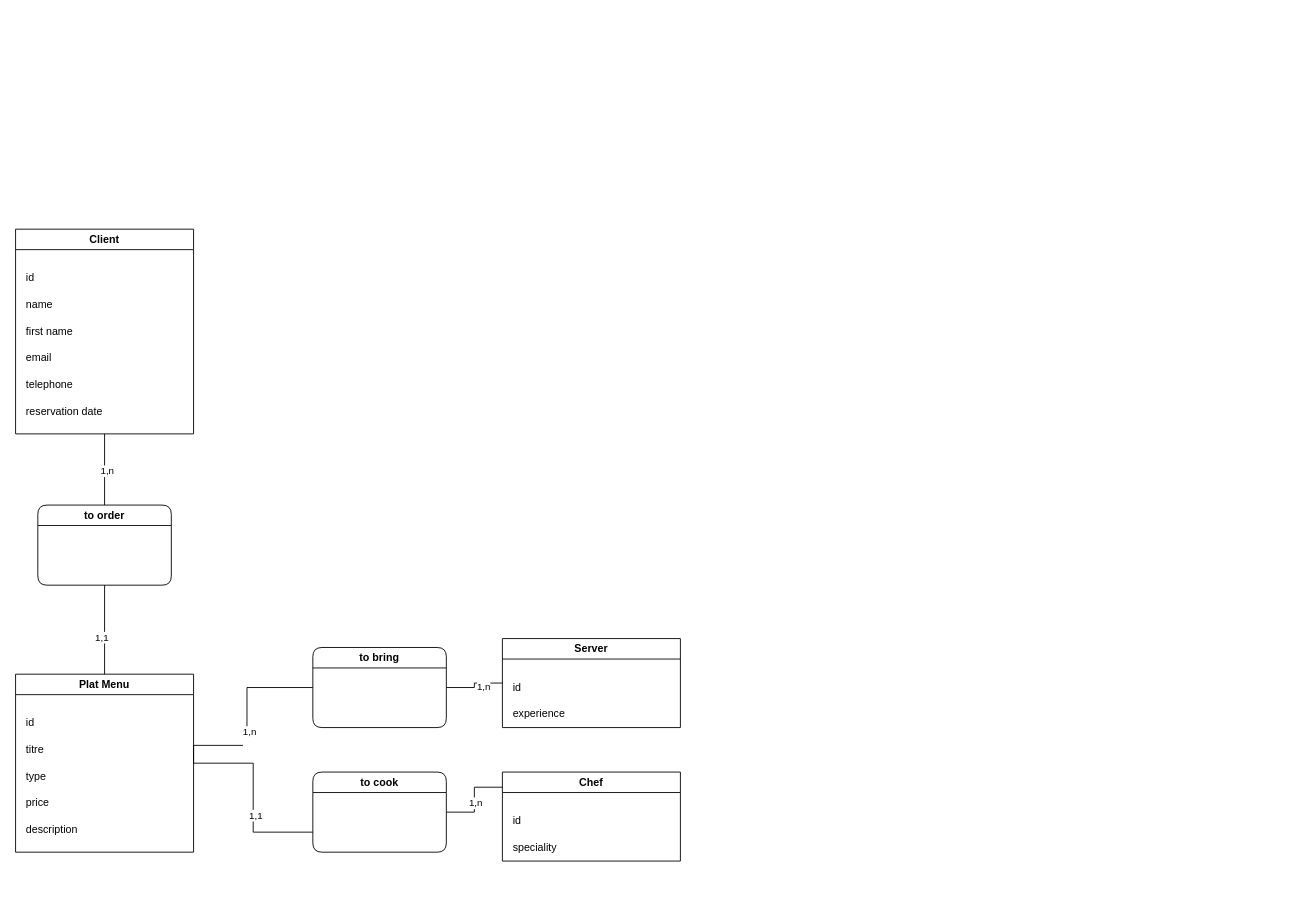
The draw.io diagram test.drawio in Aloeverras/mcd_destock, before the edit. Source tidied: cells renumbered, new cells numbered last; positions are measured from the earlier drawing's top-left corner, leaving out a move shared by most shapes. Both pictures are drawn from the tidied source at 89%, with x=0, y=0 at pixel (15, 229).
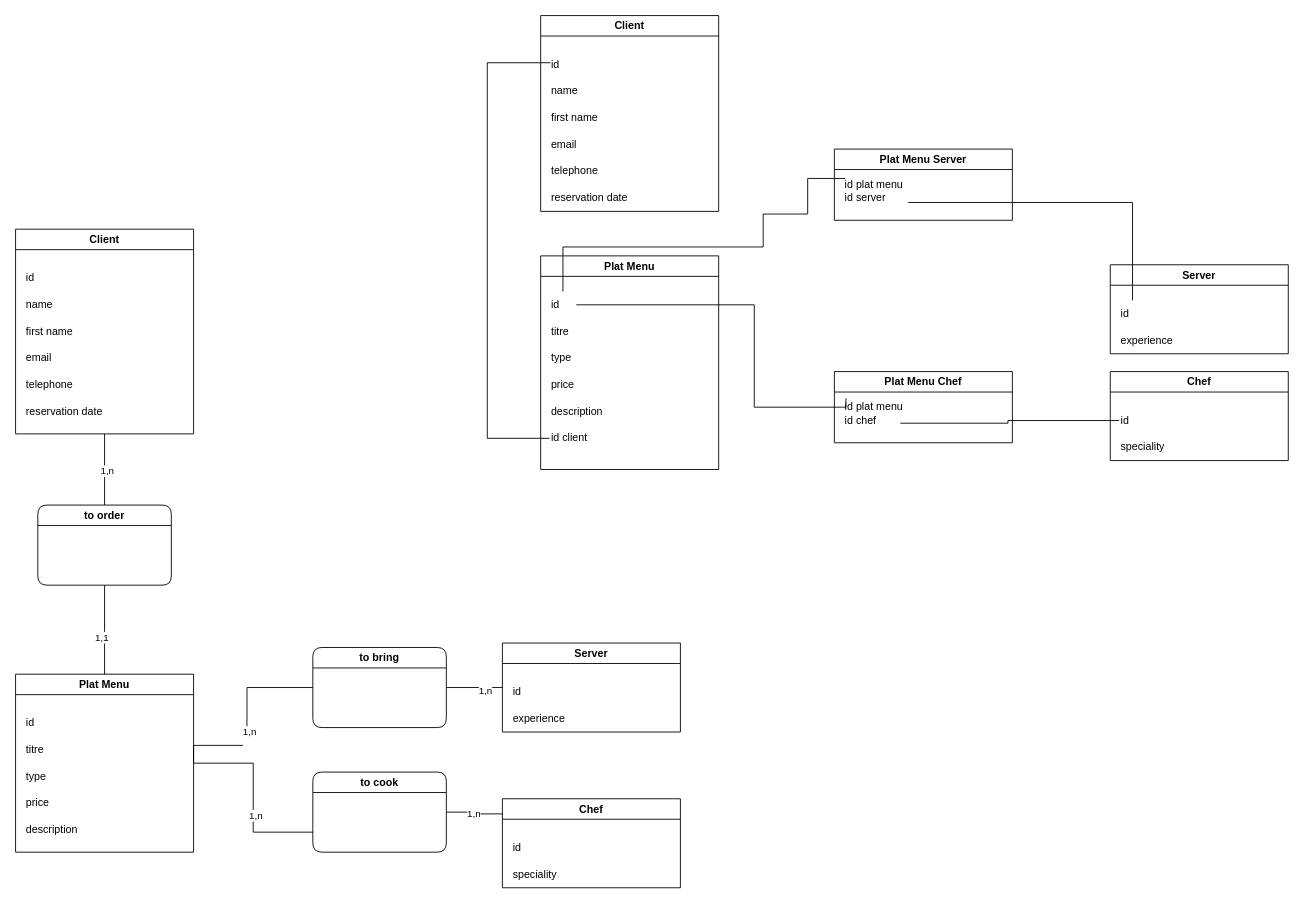
The same page after the edit.

Commit message:
Mettre à jour test.drawio

Unchanged cells that the change refers to:
```xml
<mxCell id="2" style="edgeStyle=orthogonalEdgeStyle;rounded=0;jettySize=auto;html=1;entryX=0;entryY=0.75;entryDx=0;entryDy=0;endArrow=none;startFill=0;" parent="1" edge="1" source="4" target="29">
  <mxGeometry relative="1" as="geometry" />
</mxCell>
```

Diff of the diagram source:
```diff
@@
-    <mxCell id="3" value="1,1" style="edgeLabel;html=1;align=center;verticalAlign=middle;" parent="2" vertex="1">
+    <mxCell id="3" value="1,n" style="edgeLabel;html=1;align=center;verticalAlign=middle;" parent="2" vertex="1">
       <mxGeometry x="0.18" y="2" relative="1" as="geometry" />
     </mxCell>
@@
     <mxCell id="30" value="Chef" style="swimlane;whiteSpace=wrap;html=1;" parent="1" vertex="1">
-      <mxGeometry x="547" y="610" width="200" height="100" as="geometry" />
+      <mxGeometry x="547" y="640" width="200" height="100" as="geometry" />
     </mxCell>
@@
     <mxCell id="33" value="Server" style="swimlane;whiteSpace=wrap;html=1;" parent="1" vertex="1">
-      <mxGeometry x="547" y="460" width="200" height="100" as="geometry" />
+      <mxGeometry x="547" y="465" width="200" height="100" as="geometry" />
     </mxCell>
@@
+    <mxCell id="36" value="Client" style="swimlane;whiteSpace=wrap;html=1;" parent="1" vertex="1">
+      <mxGeometry x="590" y="-240" width="200" height="220" as="geometry" />
+    </mxCell>
+    <mxCell id="37" value="id" style="text;html=1;align=left;verticalAlign=middle;points=[];strokeColor=none;fillColor=none;" parent="36" vertex="1">
+      <mxGeometry x="10" y="40" width="30" height="30" as="geometry" />
+    </mxCell>
+    <mxCell id="38" value="name" style="text;html=1;align=left;verticalAlign=middle;strokeColor=none;fillColor=none;" parent="36" vertex="1">
+      <mxGeometry x="10" y="70" width="50" height="30" as="geometry" />
+    </mxCell>
+    <mxCell id="39" value="email" style="text;html=1;align=left;verticalAlign=middle;strokeColor=none;fillColor=none;" parent="36" vertex="1">
+      <mxGeometry x="10" y="130" width="50" height="30" as="geometry" />
+    </mxCell>
+    <mxCell id="40" value="telephone" style="text;html=1;align=left;verticalAlign=middle;strokeColor=none;fillColor=none;" parent="36" vertex="1">
+      <mxGeometry x="10" y="160" width="80" height="30" as="geometry" />
+    </mxCell>
+    <mxCell id="41" value="first name" style="text;html=1;align=left;verticalAlign=middle;strokeColor=none;fillColor=none;" parent="36" vertex="1">
+      <mxGeometry x="10" y="100" width="80" height="30" as="geometry" />
+    </mxCell>
+    <mxCell id="42" value="reservation date" style="text;html=1;align=left;verticalAlign=middle;strokeColor=none;fillColor=none;" parent="36" vertex="1">
+      <mxGeometry x="10" y="190" width="110" height="30" as="geometry" />
+    </mxCell>
+    <mxCell id="43" value="Plat Menu" style="swimlane;whiteSpace=wrap;html=1;" parent="1" vertex="1">
+      <mxGeometry x="590" y="30" width="200" height="240" as="geometry" />
+    </mxCell>
+    <mxCell id="44" value="id" style="text;html=1;align=left;verticalAlign=middle;points=[];strokeColor=none;fillColor=none;" parent="43" vertex="1">
+      <mxGeometry x="10" y="40" width="30" height="30" as="geometry" />
+    </mxCell>
+    <mxCell id="45" value="titre" style="text;html=1;align=left;verticalAlign=middle;strokeColor=none;fillColor=none;" parent="43" vertex="1">
+      <mxGeometry x="10" y="70" width="40" height="30" as="geometry" />
+    </mxCell>
+    <mxCell id="46" value="price" style="text;html=1;align=left;verticalAlign=middle;strokeColor=none;fillColor=none;" parent="43" vertex="1">
+      <mxGeometry x="10" y="130" width="50" height="30" as="geometry" />
+    </mxCell>
+    <mxCell id="47" value="type" style="text;html=1;align=left;verticalAlign=middle;strokeColor=none;fillColor=none;" parent="43" vertex="1">
+      <mxGeometry x="10" y="100" width="50" height="30" as="geometry" />
+    </mxCell>
+    <mxCell id="48" value="description" style="text;html=1;align=left;verticalAlign=middle;strokeColor=none;fillColor=none;" parent="43" vertex="1">
+      <mxGeometry x="10" y="160" width="80" height="30" as="geometry" />
+    </mxCell>
+    <mxCell id="49" value="id client" style="text;html=1;align=left;verticalAlign=middle;points=[];strokeColor=none;fillColor=none;" parent="43" vertex="1">
+      <mxGeometry x="10" y="190" width="60" height="30" as="geometry" />
+    </mxCell>
+    <mxCell id="50" style="edgeStyle=orthogonalEdgeStyle;rounded=0;jettySize=auto;html=1;entryX=0.033;entryY=0.433;entryDx=0;entryDy=0;entryPerimeter=0;endArrow=none;startFill=0;" parent="1" edge="1" source="49" target="37">
+      <mxGeometry relative="1" as="geometry">
+        <Array as="points">
+          <mxPoint x="530" y="235" />
+          <mxPoint x="530" y="-187" />
+        </Array>
+      </mxGeometry>
+    </mxCell>
+    <mxCell id="51" value="Plat Menu Server" style="swimlane;whiteSpace=wrap;html=1;" parent="1" vertex="1">
+      <mxGeometry x="920" y="-90" width="200" height="80" as="geometry" />
+    </mxCell>
+    <mxCell id="52" value="id plat menu" style="text;html=1;align=left;verticalAlign=middle;points=[];strokeColor=none;fillColor=none;" parent="51" vertex="1">
+      <mxGeometry x="10" y="25" width="90" height="30" as="geometry" />
+    </mxCell>
+    <mxCell id="53" value="id server" style="text;html=1;align=left;verticalAlign=middle;points=[];strokeColor=none;fillColor=none;" parent="51" vertex="1">
+      <mxGeometry x="10" y="40" width="70" height="30" as="geometry" />
+    </mxCell>
+    <mxCell id="54" value="Plat Menu Chef" style="swimlane;whiteSpace=wrap;html=1;" parent="1" vertex="1">
+      <mxGeometry x="920" y="160" width="200" height="80" as="geometry" />
+    </mxCell>
+    <mxCell id="55" value="id plat menu" style="text;html=1;align=left;verticalAlign=middle;points=[];strokeColor=none;fillColor=none;" parent="54" vertex="1">
+      <mxGeometry x="10" y="25" width="90" height="30" as="geometry" />
+    </mxCell>
+    <mxCell id="56" value="id chef" style="text;html=1;align=left;verticalAlign=middle;points=[];strokeColor=none;fillColor=none;" parent="54" vertex="1">
+      <mxGeometry x="10" y="40" width="60" height="30" as="geometry" />
+    </mxCell>
+    <mxCell id="57" value="Chef" style="swimlane;whiteSpace=wrap;html=1;" parent="1" vertex="1">
+      <mxGeometry x="1230" y="160" width="200" height="100" as="geometry" />
+    </mxCell>
+    <mxCell id="58" value="id" style="text;html=1;align=left;verticalAlign=middle;points=[];strokeColor=none;fillColor=none;" parent="57" vertex="1">
+      <mxGeometry x="10" y="40" width="30" height="30" as="geometry" />
+    </mxCell>
+    <mxCell id="59" value="speciality" style="text;html=1;align=left;verticalAlign=middle;strokeColor=none;fillColor=none;" parent="57" vertex="1">
+      <mxGeometry x="10" y="70" width="70" height="30" as="geometry" />
+    </mxCell>
+    <mxCell id="60" value="Server" style="swimlane;whiteSpace=wrap;html=1;" parent="1" vertex="1">
+      <mxGeometry x="1230" y="40" width="200" height="100" as="geometry" />
+    </mxCell>
+    <mxCell id="61" value="id" style="text;html=1;align=left;verticalAlign=middle;points=[];strokeColor=none;fillColor=none;" parent="60" vertex="1">
+      <mxGeometry x="10" y="40" width="30" height="30" as="geometry" />
+    </mxCell>
+    <mxCell id="62" value="experience" style="text;html=1;align=left;verticalAlign=middle;strokeColor=none;fillColor=none;" parent="60" vertex="1">
+      <mxGeometry x="10" y="70" width="80" height="30" as="geometry" />
+    </mxCell>
+    <mxCell id="63" style="edgeStyle=orthogonalEdgeStyle;rounded=0;jettySize=auto;html=1;entryX=0.022;entryY=0.267;entryDx=0;entryDy=0;entryPerimeter=0;endArrow=none;startFill=0;" parent="1" edge="1" source="44" target="52">
+      <mxGeometry relative="1" as="geometry">
+        <Array as="points">
+          <mxPoint x="615" y="20" />
+          <mxPoint x="840" y="20" />
+          <mxPoint x="840" y="-17" />
+          <mxPoint x="890" y="-17" />
+          <mxPoint x="890" y="-57" />
+        </Array>
+      </mxGeometry>
+    </mxCell>
+    <mxCell id="64" style="edgeStyle=orthogonalEdgeStyle;rounded=0;jettySize=auto;html=1;entryX=1.043;entryY=0.667;entryDx=0;entryDy=0;entryPerimeter=0;endArrow=none;startFill=0;" parent="1" edge="1" source="61" target="53">
+      <mxGeometry relative="1" as="geometry">
+        <Array as="points">
+          <mxPoint x="1255" y="-30" />
+        </Array>
+      </mxGeometry>
+    </mxCell>
+    <mxCell id="65" style="edgeStyle=orthogonalEdgeStyle;rounded=0;jettySize=auto;html=1;entryX=0.033;entryY=0.167;entryDx=0;entryDy=0;entryPerimeter=0;endArrow=none;startFill=0;" parent="1" edge="1" source="44" target="55">
+      <mxGeometry relative="1" as="geometry">
+        <Array as="points">
+          <mxPoint x="830" y="85" />
+          <mxPoint x="830" y="200" />
+        </Array>
+      </mxGeometry>
+    </mxCell>
+    <mxCell id="66" style="edgeStyle=orthogonalEdgeStyle;rounded=0;jettySize=auto;html=1;entryX=1.067;entryY=0.6;entryDx=0;entryDy=0;entryPerimeter=0;endArrow=none;startFill=0;" parent="1" edge="1" source="58" target="56">
+      <mxGeometry relative="1" as="geometry" />
+    </mxCell>
```
